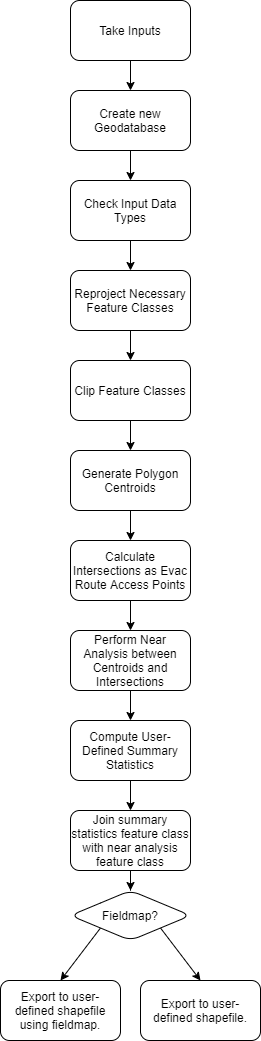
This is Final Project/Final Script Workflow.png from BrendanSigale/geospatial_programming_assignments, a draw.io export, as it was before one commit. Source tidied: cells renumbered, new cells last; positions are measured from the earlier drawing's top-left corner, leaving out a move shared by most shapes.
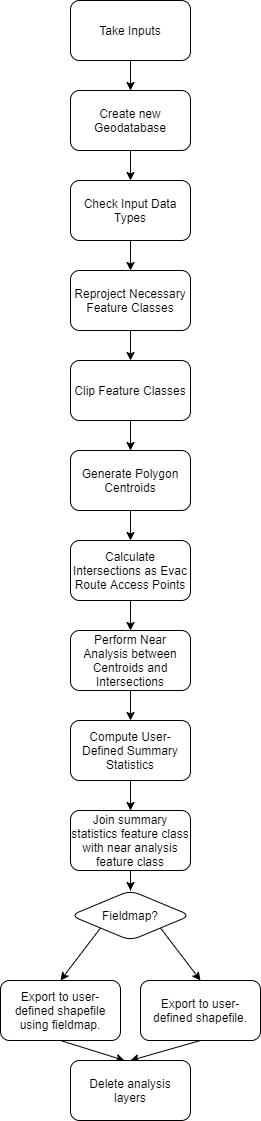
Above is the later version.

The edit, as a diff of the source:
```diff
@@ -56,9 +56,9 @@
     <mxCell id="19" value="Join summary statistics feature class with near analysis feature class" style="whiteSpace=wrap;html=1;rounded=1;" parent="1" vertex="1">
       <mxGeometry x="70" y="810" width="120" height="60" as="geometry" />
     </mxCell>
-    <mxCell id="20" value="Export to user-defined shapefile using fieldmap." style="whiteSpace=wrap;html=1;rounded=1;" parent="1" vertex="1">
-      <mxGeometry y="980" width="120" height="60" as="geometry" />
-    </mxCell>
+    <mxCell id="27" style="rounded=0;jettySize=auto;html=1;exitX=0.5;exitY=1;exitDx=0;exitDy=0;entryX=0.45;entryY=0;entryDx=0;entryDy=0;entryPerimeter=0;" parent="1" edge="1" source="20" target="29">
+      <mxGeometry relative="1" as="geometry" />
+    </mxCell>
     <mxCell id="21" style="edgeStyle=orthogonalEdgeStyle;rounded=0;jettySize=auto;html=1;exitX=0.5;exitY=1;exitDx=0;exitDy=0;entryX=0.5;entryY=0;entryDx=0;entryDy=0;" parent="1" edge="1" source="22" target="5">
       <mxGeometry relative="1" as="geometry" />
     </mxCell>
@@ -74,8 +74,20 @@
     <mxCell id="25" value="Fieldmap?" style="rhombus;whiteSpace=wrap;html=1;rounded=1;" parent="1" vertex="1">
       <mxGeometry x="70" y="890" width="120" height="50" as="geometry" />
     </mxCell>
+    <mxCell id="28" style="edgeStyle=none;rounded=0;jettySize=auto;html=1;exitX=0.5;exitY=1;exitDx=0;exitDy=0;entryX=0.5;entryY=0;entryDx=0;entryDy=0;" parent="1" edge="1" source="26" target="29">
+      <mxGeometry relative="1" as="geometry" />
+    </mxCell>
+    <mxCell id="29" value="Delete analysis&lt;br&gt;layers" style="rounded=1;whiteSpace=wrap;html=1;" parent="1" vertex="1">
+      <mxGeometry x="70" y="1060" width="120" height="60" as="geometry" />
+    </mxCell>
+    <mxCell id="30" style="group;" parent="1" vertex="1">
+      <mxGeometry y="980" width="260" height="60" as="geometry" />
+    </mxCell>
+    <mxCell id="20" value="Export to user-defined shapefile using fieldmap." style="whiteSpace=wrap;html=1;rounded=1;" parent="30" vertex="1">
+      <mxGeometry width="120" height="60" as="geometry" />
+    </mxCell>
-    <mxCell id="26" value="Export to user-defined shapefile." style="whiteSpace=wrap;html=1;rounded=1;" parent="1" vertex="1">
-      <mxGeometry x="140" y="980" width="120" height="60" as="geometry" />
+    <mxCell id="26" value="Export to user-defined shapefile." style="whiteSpace=wrap;html=1;rounded=1;" parent="30" vertex="1">
+      <mxGeometry x="140" width="120" height="60" as="geometry" />
     </mxCell>
   </root>
 </mxGraphModel>
```
